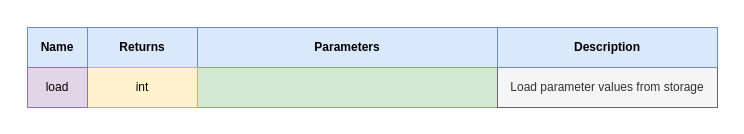
LasseRosenow/riot-runtime-config keeps this draw.io diagram as doc/drawio/api/api_structure_load.drawio. Above is the earlier version. Source tidied: cells renumbered, new cells numbered last; positions are measured from the earlier drawing's top-left corner, leaving out a move shared by most shapes. Both pictures are drawn from the tidied source at 100%, with x=0, y=0 at pixel (27, 27).
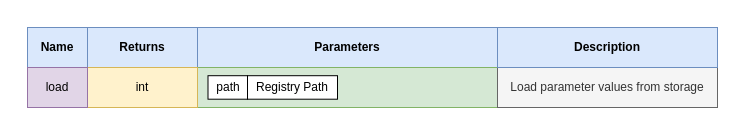
The same diagram, later.

What changed in the source:
```diff
@@
 <mxGraphModel background="#ffffff">
   <root>
     <mxCell id="0" />
     <mxCell id="1" parent="0" />
+    <mxCell id="10" style="rounded=0;whiteSpace=wrap;html=1;strokeColor=none;" parent="1" vertex="1">
+      <mxGeometry x="-10" y="-10" width="710" height="100" as="geometry" />
+    </mxCell>
     <mxCell id="2" value="&lt;b&gt;Name&lt;/b&gt;" style="rounded=0;whiteSpace=wrap;html=1;align=center;fillColor=#dae8fc;strokeColor=#6c8ebf;" parent="1" vertex="1">
       <mxGeometry width="60" height="40" as="geometry" />
     </mxCell>
     <mxCell id="3" value="&lt;b&gt;Parameters&lt;/b&gt;" style="rounded=0;whiteSpace=wrap;html=1;align=center;fillColor=#dae8fc;strokeColor=#6c8ebf;" parent="1" vertex="1">
       <mxGeometry x="170" width="300" height="40" as="geometry" />
     </mxCell>
     <mxCell id="4" value="&lt;b&gt;Returns&lt;/b&gt;" style="rounded=0;whiteSpace=wrap;html=1;align=center;fillColor=#dae8fc;strokeColor=#6c8ebf;" parent="1" vertex="1">
       <mxGeometry x="60" width="110" height="40" as="geometry" />
     </mxCell>
     <mxCell id="5" style="rounded=0;whiteSpace=wrap;html=1;fillColor=#d5e8d4;strokeColor=#82b366;" parent="1" vertex="1">
       <mxGeometry x="170" y="40" width="300" height="40" as="geometry" />
     </mxCell>
     <mxCell id="6" value="Load parameter values from storage" style="rounded=0;whiteSpace=wrap;html=1;fillColor=#f5f5f5;strokeColor=#666666;fontColor=#333333;" parent="1" vertex="1">
       <mxGeometry x="470" y="40" width="220" height="40" as="geometry" />
     </mxCell>
     <mxCell id="7" value="int" style="rounded=0;whiteSpace=wrap;html=1;fillColor=#fff2cc;strokeColor=#d6b656;" parent="1" vertex="1">
       <mxGeometry x="60" y="40" width="110" height="40" as="geometry" />
     </mxCell>
     <mxCell id="8" value="load" style="rounded=0;whiteSpace=wrap;html=1;fillColor=#e1d5e7;strokeColor=#9673a6;" parent="1" vertex="1">
       <mxGeometry y="40" width="60" height="40" as="geometry" />
     </mxCell>
     <mxCell id="9" value="&lt;b&gt;Description&lt;/b&gt;" style="rounded=0;whiteSpace=wrap;html=1;align=center;fillColor=#dae8fc;strokeColor=#6c8ebf;" parent="1" vertex="1">
       <mxGeometry x="470" width="220" height="40" as="geometry" />
     </mxCell>
+    <mxCell id="11" value="path" style="rounded=0;whiteSpace=wrap;html=1;" parent="1" vertex="1">
+      <mxGeometry x="180.5" y="48.2" width="39.5" height="23.5" as="geometry" />
+    </mxCell>
+    <mxCell id="12" value="Registry Path" style="rounded=0;whiteSpace=wrap;html=1;" parent="1" vertex="1">
+      <mxGeometry x="220" y="48.2" width="90" height="23.5" as="geometry" />
+    </mxCell>
   </root>
 </mxGraphModel>
```
